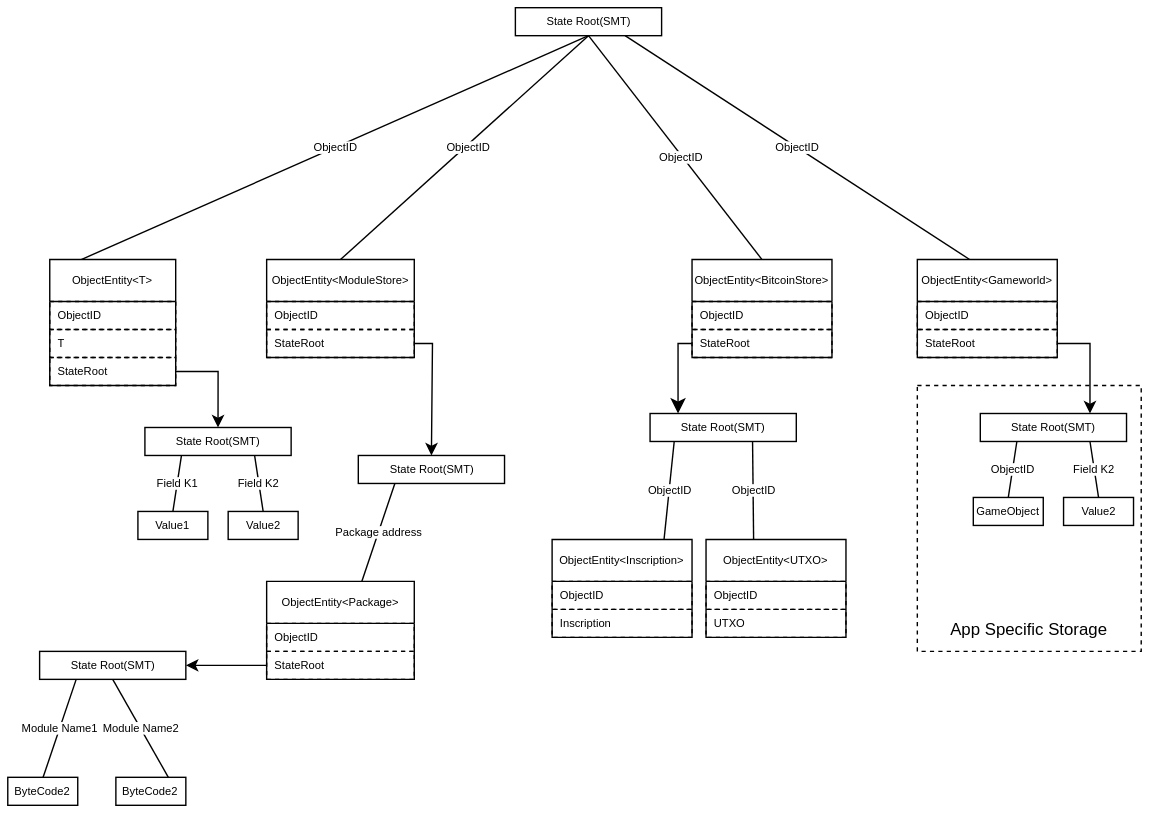
Above: docs/website/public/docs/rooch-design-statedb.svg in rooch-network/rooch (draw.io), before the change. Source tidied: cells renumbered, new cells last; positions are measured from the earlier drawing's top-left corner, leaving out a move shared by most shapes.
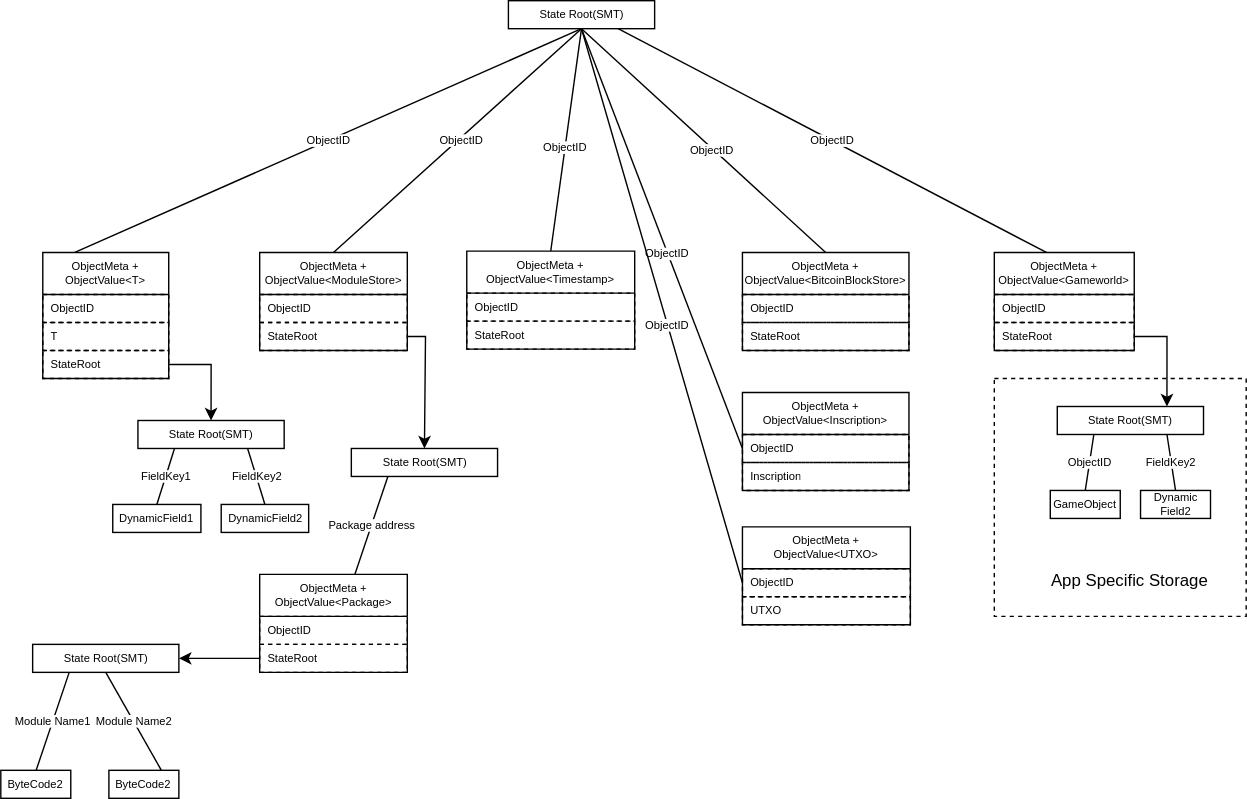
After the change.

Commit message:
update design about statedb

Change to the diagram source:
```diff
@@ -2,6 +2,9 @@
   <root>
     <mxCell id="0" />
     <mxCell id="1" parent="0" />
+    <mxCell id="56" style="rounded=0;whiteSpace=wrap;html=1;fillColor=none;dashed=1;" parent="1" vertex="1">
+      <mxGeometry x="710" y="270" width="180" height="170" as="geometry" />
+    </mxCell>
     <mxCell id="2" style="edgeStyle=none;html=1;exitX=0.5;exitY=1;exitDx=0;exitDy=0;entryX=0.5;entryY=0;entryDx=0;entryDy=0;fontSize=8;endArrow=none;endFill=0;" parent="1" edge="1" source="6" target="7">
       <mxGeometry relative="1" as="geometry" />
     </mxCell>
@@ -17,7 +20,7 @@
     <mxCell id="6" value="State Root(SMT)" style="rounded=0;whiteSpace=wrap;html=1;fontSize=8;" parent="1" vertex="1">
       <mxGeometry x="362.8" width="104.5" height="20" as="geometry" />
     </mxCell>
-    <mxCell id="7" value="ObjectEntity&amp;lt;ModuleStore&amp;gt;&lt;br&gt;" style="swimlane;fontStyle=0;horizontal=1;startSize=30;whiteSpace=wrap;html=1;fontSize=8;" parent="1" vertex="1">
+    <mxCell id="7" value="ObjectMeta + ObjectValue&amp;lt;ModuleStore&amp;gt;" style="swimlane;fontStyle=0;horizontal=1;startSize=30;whiteSpace=wrap;html=1;fontSize=8;" parent="1" vertex="1">
       <mxGeometry x="185" y="180" width="105.5" height="70" as="geometry" />
     </mxCell>
     <mxCell id="8" value="ObjectID" style="text;strokeColor=default;fillColor=none;align=left;verticalAlign=middle;spacingLeft=4;spacingRight=4;overflow=hidden;whiteSpace=wrap;html=1;fontSize=8;dashed=1;" parent="7" vertex="1">
@@ -41,7 +44,7 @@
         </Array>
       </mxGeometry>
     </mxCell>
-    <mxCell id="13" value="ObjectEntity&amp;lt;T&amp;gt;" style="swimlane;fontStyle=0;horizontal=1;startSize=30;whiteSpace=wrap;html=1;fontSize=8;" parent="1" vertex="1">
+    <mxCell id="13" value="ObjectMeta + ObjectValue&amp;lt;T&amp;gt;" style="swimlane;fontStyle=0;horizontal=1;startSize=30;whiteSpace=wrap;html=1;fontSize=8;" parent="1" vertex="1">
       <mxGeometry x="30" y="180" width="90" height="90" as="geometry" />
     </mxCell>
     <mxCell id="14" value="ObjectID" style="text;strokeColor=default;fillColor=none;align=left;verticalAlign=middle;spacingLeft=4;spacingRight=4;overflow=hidden;whiteSpace=wrap;html=1;fontSize=8;dashed=1;" parent="13" vertex="1">
@@ -59,55 +62,32 @@
     <mxCell id="18" value="ObjectID" style="edgeLabel;html=1;align=center;verticalAlign=middle;fontSize=8;" parent="17" vertex="1">
       <mxGeometry x="-0.07" y="1" relative="1" as="geometry" />
     </mxCell>
-    <mxCell id="19" value="ObjectEntity&amp;lt;BitcoinStore&amp;gt;" style="swimlane;fontStyle=0;horizontal=1;startSize=30;whiteSpace=wrap;html=1;fontSize=8;" parent="1" vertex="1">
-      <mxGeometry x="489" y="180" width="100" height="70" as="geometry" />
+    <mxCell id="19" value="ObjectMeta + ObjectValue&amp;lt;BitcoinBlockStore&amp;gt;" style="swimlane;fontStyle=0;horizontal=1;startSize=30;whiteSpace=wrap;html=1;fontSize=8;" parent="1" vertex="1">
+      <mxGeometry x="530" y="180" width="119" height="70" as="geometry" />
     </mxCell>
     <mxCell id="20" value="ObjectID" style="text;strokeColor=default;fillColor=none;align=left;verticalAlign=middle;spacingLeft=4;spacingRight=4;overflow=hidden;whiteSpace=wrap;html=1;fontSize=8;dashed=1;" parent="19" vertex="1">
-      <mxGeometry y="30" width="100" height="20" as="geometry" />
+      <mxGeometry y="30" width="119" height="20" as="geometry" />
     </mxCell>
     <mxCell id="21" value="StateRoot" style="text;strokeColor=default;fillColor=none;align=left;verticalAlign=middle;spacingLeft=4;spacingRight=4;overflow=hidden;points=[[0,0.5],[1,0.5]];portConstraint=eastwest;whiteSpace=wrap;html=1;fontSize=8;dashed=1;" parent="19" vertex="1">
-      <mxGeometry y="50" width="100" height="20" as="geometry" />
+      <mxGeometry y="50" width="119" height="20" as="geometry" />
     </mxCell>
-    <mxCell id="22" value="ObjectID" style="edgeStyle=none;html=1;exitX=0.5;exitY=1;exitDx=0;exitDy=0;entryX=0.75;entryY=0;entryDx=0;entryDy=0;fontSize=8;endArrow=none;endFill=0;" parent="1" edge="1">
-      <mxGeometry relative="1" as="geometry">
-        <mxPoint x="476.2" y="310" as="sourcePoint" />
-        <mxPoint x="469" y="380" as="targetPoint" />
-      </mxGeometry>
-    </mxCell>
-    <mxCell id="23" value="State Root(SMT)" style="rounded=0;whiteSpace=wrap;html=1;fontSize=8;" parent="1" vertex="1">
-      <mxGeometry x="459" y="290" width="104.5" height="20" as="geometry" />
-    </mxCell>
-    <mxCell id="24" style="edgeStyle=elbowEdgeStyle;elbow=horizontal;endArrow=none;html=1;curved=0;rounded=0;endSize=8;startSize=8;fontSize=8;entryX=0;entryY=0.5;entryDx=0;entryDy=0;startArrow=classic;startFill=1;endFill=0;" parent="1" edge="1" target="21">
-      <mxGeometry relative="1" as="geometry">
-        <mxPoint x="479" y="290" as="sourcePoint" />
-        <Array as="points">
-          <mxPoint x="479" y="240" />
-        </Array>
-      </mxGeometry>
-    </mxCell>
-    <mxCell id="25" value="ObjectID" style="edgeStyle=none;html=1;exitX=0.5;exitY=1;exitDx=0;exitDy=0;entryX=0.75;entryY=0;entryDx=0;entryDy=0;fontSize=8;endArrow=none;endFill=0;" parent="1" edge="1">
-      <mxGeometry relative="1" as="geometry">
-        <mxPoint x="532.2" y="310" as="sourcePoint" />
-        <mxPoint x="533" y="380" as="targetPoint" />
-      </mxGeometry>
-    </mxCell>
-    <mxCell id="26" value="ObjectEntity&amp;lt;UTXO&amp;gt;" style="swimlane;fontStyle=0;horizontal=1;startSize=30;whiteSpace=wrap;html=1;fontSize=8;" parent="1" vertex="1">
-      <mxGeometry x="499" y="380" width="100" height="70" as="geometry" />
+    <mxCell id="26" value="ObjectMeta + ObjectValue&amp;lt;UTXO&amp;gt;" style="swimlane;fontStyle=0;horizontal=1;startSize=30;whiteSpace=wrap;html=1;fontSize=8;" parent="1" vertex="1">
+      <mxGeometry x="530" y="376" width="120" height="70" as="geometry" />
     </mxCell>
     <mxCell id="27" value="ObjectID" style="text;strokeColor=default;fillColor=none;align=left;verticalAlign=middle;spacingLeft=4;spacingRight=4;overflow=hidden;points=[[0,0.5],[1,0.5]];portConstraint=eastwest;whiteSpace=wrap;html=1;fontSize=8;dashed=1;" parent="26" vertex="1">
-      <mxGeometry y="30" width="100" height="20" as="geometry" />
+      <mxGeometry y="30" width="120" height="20" as="geometry" />
     </mxCell>
     <mxCell id="28" value="UTXO" style="text;strokeColor=default;fillColor=none;align=left;verticalAlign=middle;spacingLeft=4;spacingRight=4;overflow=hidden;whiteSpace=wrap;html=1;fontSize=8;dashed=1;" parent="26" vertex="1">
-      <mxGeometry y="50" width="100" height="20" as="geometry" />
+      <mxGeometry y="50" width="120" height="20" as="geometry" />
     </mxCell>
-    <mxCell id="29" value="ObjectEntity&amp;lt;Inscription&amp;gt;" style="swimlane;fontStyle=0;horizontal=1;startSize=30;whiteSpace=wrap;html=1;fontSize=8;" parent="1" vertex="1">
-      <mxGeometry x="389" y="380" width="100" height="70" as="geometry" />
+    <mxCell id="29" value="ObjectMeta + ObjectValue&amp;lt;Inscription&amp;gt;" style="swimlane;fontStyle=0;horizontal=1;startSize=30;whiteSpace=wrap;html=1;fontSize=8;" parent="1" vertex="1">
+      <mxGeometry x="530" y="280" width="119" height="70" as="geometry" />
     </mxCell>
     <mxCell id="30" value="ObjectID" style="text;strokeColor=default;fillColor=none;align=left;verticalAlign=middle;spacingLeft=4;spacingRight=4;overflow=hidden;points=[[0,0.5],[1,0.5]];portConstraint=eastwest;whiteSpace=wrap;html=1;fontSize=8;dashed=1;" parent="29" vertex="1">
-      <mxGeometry y="30" width="100" height="20" as="geometry" />
+      <mxGeometry y="30" width="119" height="20" as="geometry" />
     </mxCell>
     <mxCell id="31" value="Inscription" style="text;strokeColor=default;fillColor=none;align=left;verticalAlign=middle;spacingLeft=4;spacingRight=4;overflow=hidden;whiteSpace=wrap;html=1;fontSize=8;dashed=1;" parent="29" vertex="1">
-      <mxGeometry y="50" width="100" height="20" as="geometry" />
+      <mxGeometry y="50" width="119" height="20" as="geometry" />
     </mxCell>
     <mxCell id="32" value="State Root(SMT)" style="rounded=0;whiteSpace=wrap;html=1;fontSize=8;" parent="1" vertex="1">
       <mxGeometry x="98" y="300" width="104.5" height="20" as="geometry" />
@@ -115,20 +95,20 @@
     <mxCell id="33" style="html=1;exitX=1;exitY=0.5;exitDx=0;exitDy=0;entryX=0.5;entryY=0;entryDx=0;entryDy=0;strokeWidth=1;fontSize=8;edgeStyle=orthogonalEdgeStyle;rounded=0;" parent="1" edge="1" source="16" target="32">
       <mxGeometry relative="1" as="geometry" />
     </mxCell>
-    <mxCell id="34" value="Value1" style="rounded=0;whiteSpace=wrap;html=1;fontSize=8;" parent="1" vertex="1">
-      <mxGeometry x="93" y="360" width="50" height="20" as="geometry" />
+    <mxCell id="34" value="DynamicField1" style="rounded=0;whiteSpace=wrap;html=1;fontSize=8;" parent="1" vertex="1">
+      <mxGeometry x="80" y="360" width="63" height="20" as="geometry" />
     </mxCell>
-    <mxCell id="35" value="Value2" style="rounded=0;whiteSpace=wrap;html=1;fontSize=8;" parent="1" vertex="1">
-      <mxGeometry x="157.5" y="360" width="50" height="20" as="geometry" />
+    <mxCell id="35" value="DynamicField2" style="rounded=0;whiteSpace=wrap;html=1;fontSize=8;" parent="1" vertex="1">
+      <mxGeometry x="157.5" y="360" width="62.5" height="20" as="geometry" />
     </mxCell>
-    <mxCell id="36" value="Field K1" style="edgeStyle=none;html=1;exitX=0.25;exitY=1;exitDx=0;exitDy=0;entryX=0.5;entryY=0;entryDx=0;entryDy=0;fontSize=8;endArrow=none;endFill=0;" parent="1" edge="1" source="32" target="34">
+    <mxCell id="36" value="FieldKey1" style="edgeStyle=none;html=1;exitX=0.25;exitY=1;exitDx=0;exitDy=0;entryX=0.5;entryY=0;entryDx=0;entryDy=0;fontSize=8;endArrow=none;endFill=0;" parent="1" edge="1" source="32" target="34">
       <mxGeometry relative="1" as="geometry" />
     </mxCell>
-    <mxCell id="37" value="Field K2" style="edgeStyle=none;html=1;exitX=0.75;exitY=1;exitDx=0;exitDy=0;entryX=0.5;entryY=0;entryDx=0;entryDy=0;fontSize=8;endArrow=none;endFill=0;" parent="1" edge="1" source="32" target="35">
+    <mxCell id="37" value="FieldKey2" style="edgeStyle=none;html=1;exitX=0.75;exitY=1;exitDx=0;exitDy=0;entryX=0.5;entryY=0;entryDx=0;entryDy=0;fontSize=8;endArrow=none;endFill=0;" parent="1" edge="1" source="32" target="35">
       <mxGeometry relative="1" as="geometry" />
     </mxCell>
-    <mxCell id="38" value="ObjectEntity&amp;lt;Gameworld&amp;gt;" style="swimlane;fontStyle=0;horizontal=1;startSize=30;whiteSpace=wrap;html=1;fontSize=8;" parent="1" vertex="1">
-      <mxGeometry x="650" y="180" width="100" height="70" as="geometry" />
+    <mxCell id="38" value="ObjectMeta + ObjectValue&amp;lt;Gameworld&amp;gt;" style="swimlane;fontStyle=0;horizontal=1;startSize=30;whiteSpace=wrap;html=1;fontSize=8;" parent="1" vertex="1">
+      <mxGeometry x="710" y="180" width="100" height="70" as="geometry" />
     </mxCell>
     <mxCell id="39" value="ObjectID" style="text;strokeColor=default;fillColor=none;align=left;verticalAlign=middle;spacingLeft=4;spacingRight=4;overflow=hidden;whiteSpace=wrap;html=1;fontSize=8;dashed=1;" parent="38" vertex="1">
       <mxGeometry y="30" width="100" height="20" as="geometry" />
@@ -137,24 +117,24 @@
       <mxGeometry y="50" width="100" height="20" as="geometry" />
     </mxCell>
     <mxCell id="41" value="State Root(SMT)" style="rounded=0;whiteSpace=wrap;html=1;fontSize=8;" parent="1" vertex="1">
-      <mxGeometry x="695" y="290" width="104.5" height="20" as="geometry" />
+      <mxGeometry x="755" y="290" width="104.5" height="20" as="geometry" />
     </mxCell>
     <mxCell id="42" value="GameObject" style="rounded=0;whiteSpace=wrap;html=1;fontSize=8;" parent="1" vertex="1">
-      <mxGeometry x="690" y="350" width="50" height="20" as="geometry" />
+      <mxGeometry x="750" y="350" width="50" height="20" as="geometry" />
     </mxCell>
-    <mxCell id="43" value="Value2" style="rounded=0;whiteSpace=wrap;html=1;fontSize=8;" parent="1" vertex="1">
-      <mxGeometry x="754.5" y="350" width="50" height="20" as="geometry" />
+    <mxCell id="43" value="Dynamic Field2" style="rounded=0;whiteSpace=wrap;html=1;fontSize=8;" parent="1" vertex="1">
+      <mxGeometry x="814.5" y="350" width="50" height="20" as="geometry" />
     </mxCell>
     <mxCell id="44" value="ObjectID" style="edgeStyle=none;html=1;exitX=0.25;exitY=1;exitDx=0;exitDy=0;entryX=0.5;entryY=0;entryDx=0;entryDy=0;fontSize=8;endArrow=none;endFill=0;" parent="1" edge="1" source="41" target="42">
       <mxGeometry relative="1" as="geometry" />
     </mxCell>
-    <mxCell id="45" value="Field K2" style="edgeStyle=none;html=1;exitX=0.75;exitY=1;exitDx=0;exitDy=0;entryX=0.5;entryY=0;entryDx=0;entryDy=0;fontSize=8;endArrow=none;endFill=0;" parent="1" edge="1" source="41" target="43">
+    <mxCell id="45" value="FieldKey2" style="edgeStyle=none;html=1;exitX=0.75;exitY=1;exitDx=0;exitDy=0;entryX=0.5;entryY=0;entryDx=0;entryDy=0;fontSize=8;endArrow=none;endFill=0;" parent="1" edge="1" source="41" target="43">
       <mxGeometry relative="1" as="geometry" />
     </mxCell>
     <mxCell id="46" style="edgeStyle=orthogonalEdgeStyle;rounded=0;html=1;exitX=1;exitY=0.5;exitDx=0;exitDy=0;entryX=0.75;entryY=0;entryDx=0;entryDy=0;strokeWidth=1;fontSize=8;" parent="1" edge="1" source="40" target="41">
       <mxGeometry relative="1" as="geometry" />
     </mxCell>
-    <mxCell id="47" value="ObjectEntity&amp;lt;Package&amp;gt;" style="swimlane;fontStyle=0;horizontal=1;startSize=30;whiteSpace=wrap;html=1;fontSize=8;" parent="1" vertex="1">
+    <mxCell id="47" value="ObjectMeta + ObjectValue&amp;lt;Package&amp;gt;" style="swimlane;fontStyle=0;horizontal=1;startSize=30;whiteSpace=wrap;html=1;fontSize=8;" parent="1" vertex="1">
       <mxGeometry x="185" y="410" width="105.5" height="70" as="geometry" />
     </mxCell>
     <mxCell id="48" value="ObjectID" style="text;strokeColor=default;fillColor=none;align=left;verticalAlign=middle;spacingLeft=4;spacingRight=4;overflow=hidden;whiteSpace=wrap;html=1;fontSize=8;dashed=1;" parent="47" vertex="1">
@@ -183,11 +163,35 @@
     <mxCell id="55" style="edgeStyle=none;html=1;exitX=0;exitY=0.5;exitDx=0;exitDy=0;entryX=1;entryY=0.5;entryDx=0;entryDy=0;" parent="1" edge="1" source="49" target="52">
       <mxGeometry relative="1" as="geometry" />
     </mxCell>
-    <mxCell id="56" style="rounded=0;whiteSpace=wrap;html=1;fillColor=none;dashed=1;" parent="1" vertex="1">
-      <mxGeometry x="650" y="270" width="160" height="190" as="geometry" />
-    </mxCell>
     <mxCell id="57" value="App Specific Storage" style="text;html=1;strokeColor=none;fillColor=none;align=center;verticalAlign=middle;whiteSpace=wrap;rounded=0;dashed=1;" parent="1" vertex="1">
-      <mxGeometry x="670" y="430" width="120" height="30" as="geometry" />
+      <mxGeometry x="747.2" y="400" width="120" height="30" as="geometry" />
     </mxCell>
+    <mxCell id="58" style="edgeStyle=none;html=1;fontSize=8;endArrow=none;endFill=0;entryX=0.5;entryY=1;entryDx=0;entryDy=0;exitX=0;exitY=0.5;exitDx=0;exitDy=0;" parent="1" edge="1" source="30" target="6">
+      <mxGeometry relative="1" as="geometry" />
+    </mxCell>
+    <mxCell id="59" value="ObjectID" style="edgeLabel;html=1;align=center;verticalAlign=middle;fontSize=8;" parent="58" vertex="1">
+      <mxGeometry x="-0.07" y="1" relative="1" as="geometry" />
+    </mxCell>
+    <mxCell id="60" style="edgeStyle=none;html=1;fontSize=8;endArrow=none;endFill=0;entryX=0.5;entryY=1;entryDx=0;entryDy=0;exitX=0;exitY=0.5;exitDx=0;exitDy=0;" parent="1" edge="1" source="27" target="6">
+      <mxGeometry relative="1" as="geometry" />
+    </mxCell>
+    <mxCell id="61" value="ObjectID" style="edgeLabel;html=1;align=center;verticalAlign=middle;fontSize=8;" parent="60" vertex="1">
+      <mxGeometry x="-0.07" y="1" relative="1" as="geometry" />
+    </mxCell>
+    <mxCell id="62" value="ObjectMeta + ObjectValue&amp;lt;Timestamp&amp;gt;" style="swimlane;fontStyle=0;horizontal=1;startSize=30;whiteSpace=wrap;html=1;fontSize=8;" parent="1" vertex="1">
+      <mxGeometry x="333" y="179" width="120" height="70" as="geometry" />
+    </mxCell>
+    <mxCell id="63" value="ObjectID" style="text;strokeColor=default;fillColor=none;align=left;verticalAlign=middle;spacingLeft=4;spacingRight=4;overflow=hidden;whiteSpace=wrap;html=1;fontSize=8;dashed=1;" parent="62" vertex="1">
+      <mxGeometry y="30" width="120" height="20" as="geometry" />
+    </mxCell>
+    <mxCell id="64" value="StateRoot" style="text;strokeColor=default;fillColor=none;align=left;verticalAlign=middle;spacingLeft=4;spacingRight=4;overflow=hidden;whiteSpace=wrap;html=1;fontSize=8;dashed=1;" parent="62" vertex="1">
+      <mxGeometry y="50" width="120" height="20" as="geometry" />
+    </mxCell>
+    <mxCell id="65" style="edgeStyle=none;html=1;fontSize=8;endArrow=none;endFill=0;entryX=0.5;entryY=1;entryDx=0;entryDy=0;exitX=0.5;exitY=0;exitDx=0;exitDy=0;" parent="1" edge="1" source="62" target="6">
+      <mxGeometry relative="1" as="geometry" />
+    </mxCell>
+    <mxCell id="66" value="ObjectID" style="edgeLabel;html=1;align=center;verticalAlign=middle;fontSize=8;" parent="65" vertex="1">
+      <mxGeometry x="-0.07" y="1" relative="1" as="geometry" />
+    </mxCell>
   </root>
 </mxGraphModel>
```
